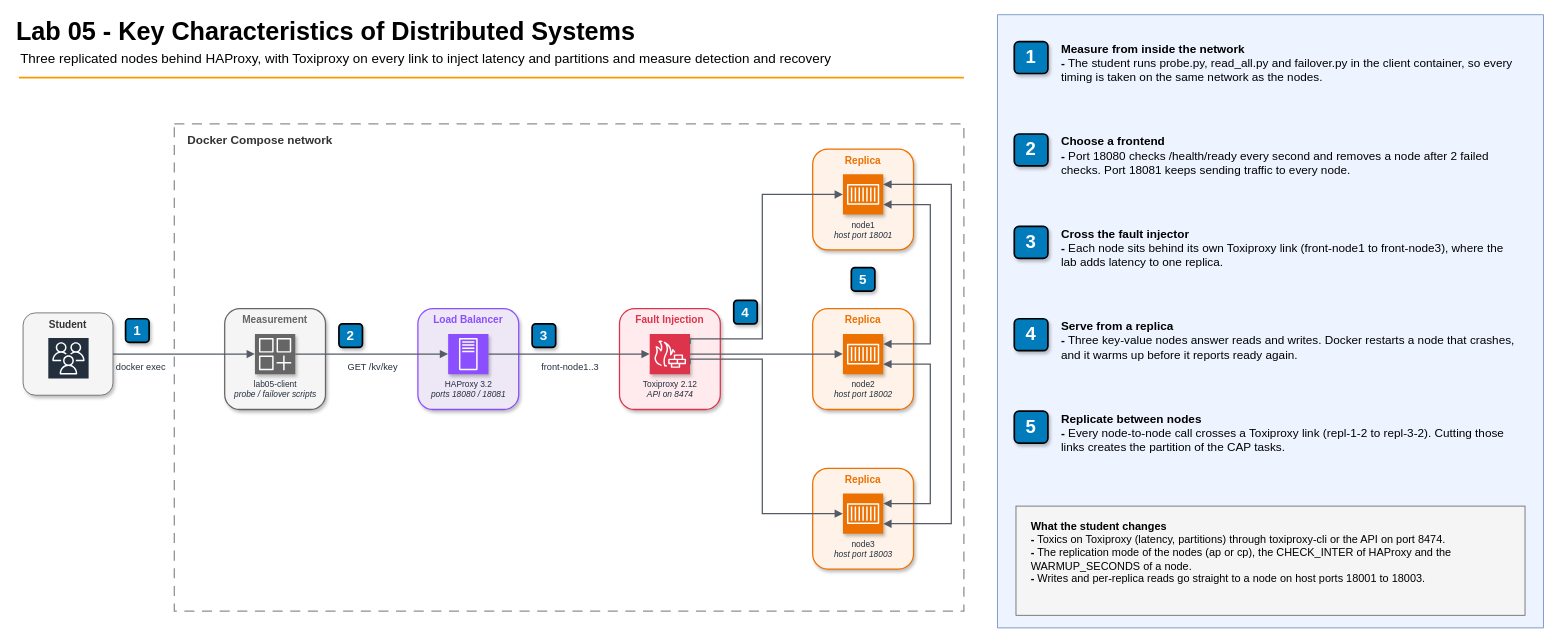
Above: 05-distributed-systems-high-availability/diagrams/lab05-architecture.drawio in gamaware/system-design-course (draw.io), before the change. Source tidied: cells renumbered, new cells numbered last; positions are measured from the earlier drawing's top-left corner, leaving out a move shared by most shapes. Both pictures are drawn from the tidied source at 84%, with x=0, y=0 at pixel (14, 14). Pictures stored in the file or linked from it are replaced by grey dashed boxes.
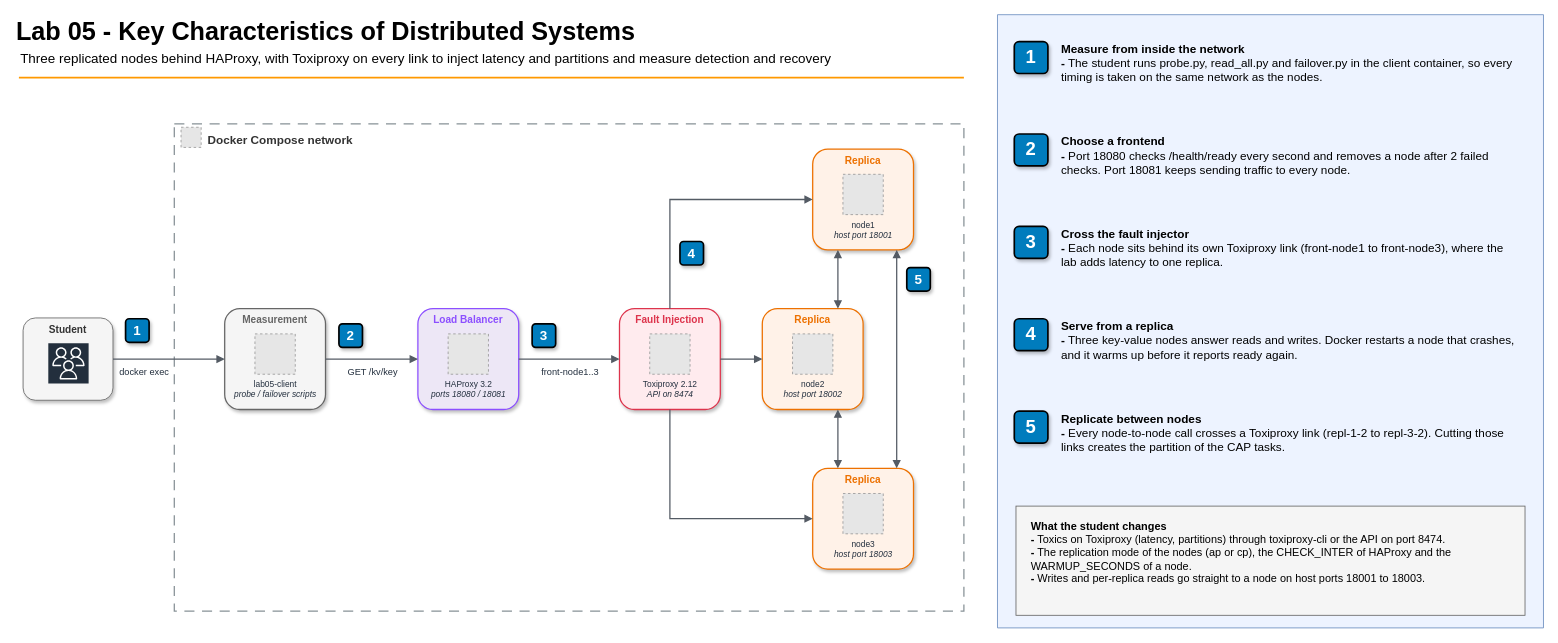
The same diagram, later.

The change refers to these unchanged cells:
```xml
<mxCell id="9" value="Measurement" style="rounded=1;html=1;whiteSpace=wrap;fillColor=#F5F5F5;strokeColor=#666666;verticalAlign=top;align=center;fontStyle=1;fontSize=12;fontColor=#666666;shadow=1;strokeWidth=1.5;fontFamily=Helvetica;" parent="1" vertex="1">
  <mxGeometry x="250" y="350" width="120" height="120" as="geometry" />
</mxCell>
<mxCell id="11" value="Load Balancer" style="rounded=1;html=1;whiteSpace=wrap;fillColor=#EDE7F6;strokeColor=#8C4FFF;verticalAlign=top;align=center;fontStyle=1;fontSize=12;fontColor=#8C4FFF;shadow=1;strokeWidth=1.5;fontFamily=Helvetica;" parent="1" vertex="1">
  <mxGeometry x="480" y="350" width="120" height="120" as="geometry" />
</mxCell>
<mxCell id="13" value="Fault Injection" style="rounded=1;html=1;whiteSpace=wrap;fillColor=#FFEBEE;strokeColor=#DD344C;verticalAlign=top;align=center;fontStyle=1;fontSize=12;fontColor=#DD344C;shadow=1;strokeWidth=1.5;fontFamily=Helvetica;" parent="1" vertex="1">
  <mxGeometry x="720" y="350" width="120" height="120" as="geometry" />
</mxCell>
<mxCell id="15" value="Replica" style="rounded=1;html=1;whiteSpace=wrap;fillColor=#FFF2E8;strokeColor=#ED7100;verticalAlign=top;align=center;fontStyle=1;fontSize=12;fontColor=#ED7100;shadow=1;strokeWidth=1.5;fontFamily=Helvetica;" parent="1" vertex="1">
  <mxGeometry x="950" y="160" width="120" height="120" as="geometry" />
</mxCell>
<mxCell id="19" value="Replica" style="rounded=1;html=1;whiteSpace=wrap;fillColor=#FFF2E8;strokeColor=#ED7100;verticalAlign=top;align=center;fontStyle=1;fontSize=12;fontColor=#ED7100;shadow=1;strokeWidth=1.5;fontFamily=Helvetica;" parent="1" vertex="1">
  <mxGeometry x="950" y="540" width="120" height="120" as="geometry" />
</mxCell>
```

Diff of the diagram source:
```diff
@@
-    <mxCell id="6" value="Docker Compose network" style="rounded=0;html=1;whiteSpace=wrap;fillColor=none;strokeColor=#879196;dashed=1;dashPattern=8 6;strokeWidth=1.5;verticalAlign=top;align=left;spacingLeft=14;spacingTop=4;fontSize=14;fontStyle=1;fontColor=light-dark(#333333,#FAFAFA);fontFamily=Helvetica;" parent="1" vertex="1">
+    <mxCell id="6" value="Docker Compose network" style="rounded=0;html=1;whiteSpace=wrap;fillColor=none;strokeColor=#879196;dashed=1;dashPattern=8 6;strokeWidth=1.5;verticalAlign=top;align=left;spacingTop=4;fontSize=14;fontStyle=1;fontColor=light-dark(#333333,#FAFAFA);fontFamily=Helvetica;spacingLeft=38;" parent="1" vertex="1">
       <mxGeometry x="190" y="130" width="940" height="580" as="geometry" />
     </mxCell>
+    <mxCell id="51" style="fillColor=#E6E6E6;strokeColor=#999999;dashed=1;html=1;" parent="1" vertex="1">
+      <mxGeometry x="198" y="134" width="24" height="24" as="geometry" />
+    </mxCell>
     <mxCell id="7" value="Student" style="rounded=1;html=1;whiteSpace=wrap;fillColor=#f5f5f5;strokeColor=light-dark(#666666,#D4D4D4);verticalAlign=top;align=center;fontStyle=1;fontSize=12;fontColor=#333333;shadow=1;strokeWidth=1;fontFamily=Helvetica;" parent="1" vertex="1">
-      <mxGeometry x="10" y="355" width="107" height="98" as="geometry" />
+      <mxGeometry x="10" y="361" width="107" height="98" as="geometry" />
     </mxCell>
@@
-    <mxCell id="10" value="lab05-client&lt;div&gt;&lt;i&gt;probe / failover scripts&lt;/i&gt;&lt;/div&gt;" style="sketch=0;points=[[0,0,0],[0.25,0,0],[0.5,0,0],[0.75,0,0],[1,0,0],[0,1,0],[0.25,1,0],[0.5,1,0],[0.75,1,0],[1,1,0],[0,0.25,0],[0,0.5,0],[0,0.75,0],[1,0.25,0],[1,0.5,0],[1,0.75,0]];outlineConnect=0;fontColor=#232F3E;fillColor=#666666;strokeColor=#ffffff;dashed=0;verticalLabelPosition=bottom;verticalAlign=top;align=center;html=1;fontSize=10;fontStyle=0;shape=mxgraph.aws4.resourceIcon;resIcon=mxgraph.aws4.generic_application;shadow=1;fontFamily=Helvetica;" parent="9" vertex="1">
+    <mxCell id="10" value="lab05-client&lt;div&gt;&lt;i&gt;probe / failover scripts&lt;/i&gt;&lt;/div&gt;" style="fillColor=#E6E6E6;strokeColor=#999999;dashed=1;verticalLabelPosition=bottom;verticalAlign=top;align=center;html=1;labelBackgroundColor=none;fontSize=10;fontColor=#232F3E;fontFamily=Helvetica;" parent="9" vertex="1">
       <mxGeometry x="36" y="30" width="48" height="48" as="geometry" />
     </mxCell>
@@
-    <mxCell id="12" value="HAProxy 3.2&lt;div&gt;&lt;i&gt;ports 18080 / 18081&lt;/i&gt;&lt;/div&gt;" style="sketch=0;points=[[0,0,0],[0.25,0,0],[0.5,0,0],[0.75,0,0],[1,0,0],[0,1,0],[0.25,1,0],[0.5,1,0],[0.75,1,0],[1,1,0],[0,0.25,0],[0,0.5,0],[0,0.75,0],[1,0.25,0],[1,0.5,0],[1,0.75,0]];outlineConnect=0;fontColor=#232F3E;fillColor=#8C4FFF;strokeColor=#ffffff;dashed=0;verticalLabelPosition=bottom;verticalAlign=top;align=center;html=1;fontSize=10;fontStyle=0;shape=mxgraph.aws4.resourceIcon;resIcon=mxgraph.aws4.traditional_server;shadow=1;fontFamily=Helvetica;" parent="11" vertex="1">
+    <mxCell id="12" value="HAProxy 3.2&lt;div&gt;&lt;i&gt;ports 18080 / 18081&lt;/i&gt;&lt;/div&gt;" style="fillColor=#E6E6E6;strokeColor=#999999;dashed=1;verticalLabelPosition=bottom;verticalAlign=top;align=center;html=1;labelBackgroundColor=none;fontSize=10;fontColor=#232F3E;fontFamily=Helvetica;" parent="11" vertex="1">
       <mxGeometry x="36" y="30" width="48" height="48" as="geometry" />
     </mxCell>
@@
-    <mxCell id="14" value="Toxiproxy 2.12&lt;div&gt;&lt;i&gt;API on 8474&lt;/i&gt;&lt;/div&gt;" style="sketch=0;points=[[0,0,0],[0.25,0,0],[0.5,0,0],[0.75,0,0],[1,0,0],[0,1,0],[0.25,1,0],[0.5,1,0],[0.75,1,0],[1,1,0],[0,0.25,0],[0,0.5,0],[0,0.75,0],[1,0.25,0],[1,0.5,0],[1,0.75,0]];outlineConnect=0;fontColor=#232F3E;fillColor=#DD344C;strokeColor=#ffffff;dashed=0;verticalLabelPosition=bottom;verticalAlign=top;align=center;html=1;fontSize=10;fontStyle=0;shape=mxgraph.aws4.resourceIcon;resIcon=mxgraph.aws4.generic_firewall;shadow=1;fontFamily=Helvetica;" parent="13" vertex="1">
+    <mxCell id="14" value="Toxiproxy 2.12&lt;div&gt;&lt;i&gt;API on 8474&lt;/i&gt;&lt;/div&gt;" style="fillColor=#E6E6E6;strokeColor=#999999;dashed=1;verticalLabelPosition=bottom;verticalAlign=top;align=center;html=1;labelBackgroundColor=none;fontSize=10;fontColor=#232F3E;fontFamily=Helvetica;" parent="13" vertex="1">
       <mxGeometry x="36" y="30" width="48" height="48" as="geometry" />
     </mxCell>
@@
-    <mxCell id="16" value="node1&lt;div&gt;&lt;i&gt;host port 18001&lt;/i&gt;&lt;/div&gt;" style="sketch=0;points=[[0,0,0],[0.25,0,0],[0.5,0,0],[0.75,0,0],[1,0,0],[0,1,0],[0.25,1,0],[0.5,1,0],[0.75,1,0],[1,1,0],[0,0.25,0],[0,0.5,0],[0,0.75,0],[1,0.25,0],[1,0.5,0],[1,0.75,0]];outlineConnect=0;fontColor=#232F3E;fillColor=#ED7100;strokeColor=#ffffff;dashed=0;verticalLabelPosition=bottom;verticalAlign=top;align=center;html=1;fontSize=10;fontStyle=0;shape=mxgraph.aws4.resourceIcon;resIcon=mxgraph.aws4.container_1;shadow=1;fontFamily=Helvetica;" parent="15" vertex="1">
+    <mxCell id="16" value="node1&lt;div&gt;&lt;i&gt;host port 18001&lt;/i&gt;&lt;/div&gt;" style="fillColor=#E6E6E6;strokeColor=#999999;dashed=1;verticalLabelPosition=bottom;verticalAlign=top;align=center;html=1;labelBackgroundColor=none;fontSize=10;fontColor=#232F3E;fontFamily=Helvetica;" parent="15" vertex="1">
       <mxGeometry x="36" y="30" width="48" height="48" as="geometry" />
     </mxCell>
     <mxCell id="17" value="Replica" style="rounded=1;html=1;whiteSpace=wrap;fillColor=#FFF2E8;strokeColor=#ED7100;verticalAlign=top;align=center;fontStyle=1;fontSize=12;fontColor=#ED7100;shadow=1;strokeWidth=1.5;fontFamily=Helvetica;" parent="1" vertex="1">
-      <mxGeometry x="950" y="350" width="120" height="120" as="geometry" />
+      <mxGeometry x="890" y="350" width="120" height="120" as="geometry" />
     </mxCell>
-    <mxCell id="18" value="node2&lt;div&gt;&lt;i&gt;host port 18002&lt;/i&gt;&lt;/div&gt;" style="sketch=0;points=[[0,0,0],[0.25,0,0],[0.5,0,0],[0.75,0,0],[1,0,0],[0,1,0],[0.25,1,0],[0.5,1,0],[0.75,1,0],[1,1,0],[0,0.25,0],[0,0.5,0],[0,0.75,0],[1,0.25,0],[1,0.5,0],[1,0.75,0]];outlineConnect=0;fontColor=#232F3E;fillColor=#ED7100;strokeColor=#ffffff;dashed=0;verticalLabelPosition=bottom;verticalAlign=top;align=center;html=1;fontSize=10;fontStyle=0;shape=mxgraph.aws4.resourceIcon;resIcon=mxgraph.aws4.container_1;shadow=1;fontFamily=Helvetica;" parent="17" vertex="1">
+    <mxCell id="18" value="node2&lt;div&gt;&lt;i&gt;host port 18002&lt;/i&gt;&lt;/div&gt;" style="fillColor=#E6E6E6;strokeColor=#999999;dashed=1;verticalLabelPosition=bottom;verticalAlign=top;align=center;html=1;labelBackgroundColor=none;fontSize=10;fontColor=#232F3E;fontFamily=Helvetica;" parent="17" vertex="1">
       <mxGeometry x="36" y="30" width="48" height="48" as="geometry" />
     </mxCell>
@@
-    <mxCell id="20" value="node3&lt;div&gt;&lt;i&gt;host port 18003&lt;/i&gt;&lt;/div&gt;" style="sketch=0;points=[[0,0,0],[0.25,0,0],[0.5,0,0],[0.75,0,0],[1,0,0],[0,1,0],[0.25,1,0],[0.5,1,0],[0.75,1,0],[1,1,0],[0,0.25,0],[0,0.5,0],[0,0.75,0],[1,0.25,0],[1,0.5,0],[1,0.75,0]];outlineConnect=0;fontColor=#232F3E;fillColor=#ED7100;strokeColor=#ffffff;dashed=0;verticalLabelPosition=bottom;verticalAlign=top;align=center;html=1;fontSize=10;fontStyle=0;shape=mxgraph.aws4.resourceIcon;resIcon=mxgraph.aws4.container_1;shadow=1;fontFamily=Helvetica;" parent="19" vertex="1">
+    <mxCell id="20" value="node3&lt;div&gt;&lt;i&gt;host port 18003&lt;/i&gt;&lt;/div&gt;" style="fillColor=#E6E6E6;strokeColor=#999999;dashed=1;verticalLabelPosition=bottom;verticalAlign=top;align=center;html=1;labelBackgroundColor=none;fontSize=10;fontColor=#232F3E;fontFamily=Helvetica;" parent="19" vertex="1">
       <mxGeometry x="36" y="30" width="48" height="48" as="geometry" />
     </mxCell>
-    <mxCell id="21" style="edgeStyle=orthogonalEdgeStyle;html=1;rounded=0;jettySize=auto;endArrow=block;endFill=1;strokeColor=#545B64;strokeWidth=1.5;fontFamily=Helvetica;exitX=1;exitY=0.5;exitDx=0;exitDy=0;entryX=0;entryY=0.5;entryDx=0;entryDy=0;" parent="1" edge="1" source="7" target="10">
+    <mxCell id="21" style="edgeStyle=orthogonalEdgeStyle;rounded=0;jettySize=auto;html=1;strokeColor=#545B64;strokeWidth=1.5;endArrow=block;endFill=1;fontFamily=Helvetica;fontSize=11;jumpStyle=arc;jumpSize=10;labelBackgroundColor=default;exitX=1;exitY=0.5;exitDx=0;exitDy=0;entryX=0;entryY=0.5;entryDx=0;entryDy=0;" parent="1" edge="1" source="7" target="9">
       <mxGeometry relative="1" as="geometry" />
     </mxCell>
-    <mxCell id="22" value="docker exec" style="edgeLabel;html=1;align=center;verticalAlign=middle;labelBackgroundColor=none;fontSize=11;fontColor=light-dark(#232F3E,#F5F5F5);fontFamily=Helvetica;" parent="21" vertex="1">
-      <mxGeometry x="-0.62" y="-14" relative="1" as="geometry" />
+    <mxCell id="22" value="docker exec" style="edgeLabel;html=1;align=center;verticalAlign=middle;fontSize=11;fontColor=light-dark(#232F3E,#F5F5F5);fontFamily=Helvetica;labelBackgroundColor=default;" parent="21" vertex="1">
+      <mxGeometry x="-0.46" y="-14" relative="1" as="geometry" />
     </mxCell>
-    <mxCell id="23" style="edgeStyle=orthogonalEdgeStyle;html=1;rounded=0;jettySize=auto;endArrow=block;endFill=1;strokeColor=#545B64;strokeWidth=1.5;fontFamily=Helvetica;exitX=1;exitY=0.5;exitDx=0;exitDy=0;entryX=0;entryY=0.5;entryDx=0;entryDy=0;" parent="1" edge="1" source="10" target="12">
+    <mxCell id="23" style="edgeStyle=orthogonalEdgeStyle;rounded=0;jettySize=auto;html=1;strokeColor=#545B64;strokeWidth=1.5;endArrow=block;endFill=1;fontFamily=Helvetica;fontSize=11;jumpStyle=arc;jumpSize=10;labelBackgroundColor=default;exitX=1;exitY=0.5;exitDx=0;exitDy=0;entryX=0;entryY=0.5;entryDx=0;entryDy=0;" parent="1" edge="1" source="9" target="11">
       <mxGeometry relative="1" as="geometry" />
     </mxCell>
-    <mxCell id="24" value="GET /kv/key" style="edgeLabel;html=1;align=center;verticalAlign=middle;labelBackgroundColor=none;fontSize=11;fontColor=light-dark(#232F3E,#F5F5F5);fontFamily=Helvetica;" parent="23" vertex="1">
+    <mxCell id="24" value="GET /kv/key" style="edgeLabel;html=1;align=center;verticalAlign=middle;fontSize=11;fontColor=light-dark(#232F3E,#F5F5F5);fontFamily=Helvetica;labelBackgroundColor=default;" parent="23" vertex="1">
       <mxGeometry y="-14" relative="1" as="geometry" />
     </mxCell>
-    <mxCell id="25" style="edgeStyle=orthogonalEdgeStyle;html=1;rounded=0;jettySize=auto;endArrow=block;endFill=1;strokeColor=#545B64;strokeWidth=1.5;fontFamily=Helvetica;exitX=1;exitY=0.5;exitDx=0;exitDy=0;entryX=0;entryY=0.5;entryDx=0;entryDy=0;" parent="1" edge="1" source="12" target="14">
+    <mxCell id="25" style="edgeStyle=orthogonalEdgeStyle;rounded=0;jettySize=auto;html=1;strokeColor=#545B64;strokeWidth=1.5;endArrow=block;endFill=1;fontFamily=Helvetica;fontSize=11;jumpStyle=arc;jumpSize=10;labelBackgroundColor=default;exitX=1;exitY=0.5;exitDx=0;exitDy=0;entryX=0;entryY=0.5;entryDx=0;entryDy=0;" parent="1" edge="1" source="11" target="13">
       <mxGeometry relative="1" as="geometry" />
     </mxCell>
-    <mxCell id="26" value="front-node1..3" style="edgeLabel;html=1;align=center;verticalAlign=middle;labelBackgroundColor=none;fontSize=11;fontColor=light-dark(#232F3E,#F5F5F5);fontFamily=Helvetica;" parent="25" vertex="1">
+    <mxCell id="26" value="front-node1..3" style="edgeLabel;html=1;align=center;verticalAlign=middle;fontSize=11;fontColor=light-dark(#232F3E,#F5F5F5);fontFamily=Helvetica;labelBackgroundColor=default;" parent="25" vertex="1">
       <mxGeometry y="-14" relative="1" as="geometry" />
     </mxCell>
-    <mxCell id="27" style="edgeStyle=orthogonalEdgeStyle;html=1;rounded=0;jettySize=auto;endArrow=block;endFill=1;strokeColor=#545B64;strokeWidth=1.5;fontFamily=Helvetica;exitX=1;exitY=0.25;exitDx=0;exitDy=0;entryX=0;entryY=0.5;entryDx=0;entryDy=0;" parent="1" edge="1" source="14" target="16">
-      <mxGeometry relative="1" as="geometry">
-        <Array as="points">
-          <mxPoint x="890" y="386" />
-          <mxPoint x="890" y="214" />
-        </Array>
-      </mxGeometry>
+    <mxCell id="27" style="edgeStyle=orthogonalEdgeStyle;rounded=0;jettySize=auto;html=1;strokeColor=#545B64;strokeWidth=1.5;endArrow=block;endFill=1;fontFamily=Helvetica;fontSize=11;jumpStyle=arc;jumpSize=10;labelBackgroundColor=default;exitX=0.5;exitY=0;exitDx=0;exitDy=0;entryX=0;entryY=0.5;entryDx=0;entryDy=0;" parent="1" edge="1" source="13" target="15">
+      <mxGeometry relative="1" as="geometry" />
     </mxCell>
-    <mxCell id="28" style="edgeStyle=orthogonalEdgeStyle;html=1;rounded=0;jettySize=auto;endArrow=block;endFill=1;strokeColor=#545B64;strokeWidth=1.5;fontFamily=Helvetica;exitX=1;exitY=0.5;exitDx=0;exitDy=0;entryX=0;entryY=0.5;entryDx=0;entryDy=0;" parent="1" edge="1" source="14" target="18">
+    <mxCell id="28" style="edgeStyle=orthogonalEdgeStyle;rounded=0;jettySize=auto;html=1;strokeColor=#545B64;strokeWidth=1.5;endArrow=block;endFill=1;fontFamily=Helvetica;fontSize=11;jumpStyle=arc;jumpSize=10;labelBackgroundColor=default;exitX=1;exitY=0.5;exitDx=0;exitDy=0;entryX=0;entryY=0.5;entryDx=0;entryDy=0;" parent="1" edge="1" source="13" target="17">
       <mxGeometry relative="1" as="geometry" />
     </mxCell>
-    <mxCell id="29" style="edgeStyle=orthogonalEdgeStyle;html=1;rounded=0;jettySize=auto;endArrow=block;endFill=1;strokeColor=#545B64;strokeWidth=1.5;fontFamily=Helvetica;exitX=1;exitY=0.75;exitDx=0;exitDy=0;entryX=0;entryY=0.5;entryDx=0;entryDy=0;" parent="1" edge="1" source="14" target="20">
-      <mxGeometry relative="1" as="geometry">
-        <Array as="points">
-          <mxPoint x="890" y="410" />
-          <mxPoint x="890" y="594" />
-        </Array>
-      </mxGeometry>
+    <mxCell id="29" style="edgeStyle=orthogonalEdgeStyle;rounded=0;jettySize=auto;html=1;strokeColor=#545B64;strokeWidth=1.5;endArrow=block;endFill=1;fontFamily=Helvetica;fontSize=11;jumpStyle=arc;jumpSize=10;labelBackgroundColor=default;exitX=0.5;exitY=1;exitDx=0;exitDy=0;entryX=0;entryY=0.5;entryDx=0;entryDy=0;" parent="1" edge="1" source="13" target="19">
+      <mxGeometry relative="1" as="geometry" />
     </mxCell>
-    <mxCell id="30" style="edgeStyle=orthogonalEdgeStyle;html=1;rounded=0;jettySize=auto;endArrow=block;endFill=1;strokeColor=#545B64;strokeWidth=1.5;fontFamily=Helvetica;startArrow=block;startFill=1;exitX=1;exitY=0.75;exitDx=0;exitDy=0;entryX=1;entryY=0.25;entryDx=0;entryDy=0;" parent="1" edge="1" source="16" target="18">
-      <mxGeometry relative="1" as="geometry">
-        <Array as="points">
-          <mxPoint x="1090" y="226" />
-          <mxPoint x="1090" y="392" />
-        </Array>
-      </mxGeometry>
+    <mxCell id="30" style="edgeStyle=orthogonalEdgeStyle;rounded=0;jettySize=auto;html=1;strokeColor=#545B64;strokeWidth=1.5;endArrow=block;endFill=1;startArrow=block;startFill=1;fontFamily=Helvetica;fontSize=11;jumpStyle=arc;jumpSize=10;labelBackgroundColor=default;exitX=0.25;exitY=1;exitDx=0;exitDy=0;entryX=0.75;entryY=0;entryDx=0;entryDy=0;" parent="1" edge="1" source="15" target="17">
+      <mxGeometry relative="1" as="geometry" />
     </mxCell>
-    <mxCell id="31" style="edgeStyle=orthogonalEdgeStyle;html=1;rounded=0;jettySize=auto;endArrow=block;endFill=1;strokeColor=#545B64;strokeWidth=1.5;fontFamily=Helvetica;startArrow=block;startFill=1;exitX=1;exitY=0.75;exitDx=0;exitDy=0;entryX=1;entryY=0.25;entryDx=0;entryDy=0;" parent="1" edge="1" source="18" target="20">
-      <mxGeometry relative="1" as="geometry">
-        <Array as="points">
-          <mxPoint x="1090" y="416" />
-          <mxPoint x="1090" y="582" />
-        </Array>
-      </mxGeometry>
+    <mxCell id="31" style="edgeStyle=orthogonalEdgeStyle;rounded=0;jettySize=auto;html=1;strokeColor=#545B64;strokeWidth=1.5;endArrow=block;endFill=1;startArrow=block;startFill=1;fontFamily=Helvetica;fontSize=11;jumpStyle=arc;jumpSize=10;labelBackgroundColor=default;exitX=0.75;exitY=1;exitDx=0;exitDy=0;entryX=0.25;entryY=0;entryDx=0;entryDy=0;" parent="1" edge="1" source="17" target="19">
+      <mxGeometry relative="1" as="geometry" />
     </mxCell>
-    <mxCell id="32" style="edgeStyle=orthogonalEdgeStyle;html=1;rounded=0;jettySize=auto;endArrow=block;endFill=1;strokeColor=#545B64;strokeWidth=1.5;fontFamily=Helvetica;startArrow=block;startFill=1;exitX=1;exitY=0.25;exitDx=0;exitDy=0;entryX=1;entryY=0.75;entryDx=0;entryDy=0;" parent="1" edge="1" source="16" target="20">
-      <mxGeometry relative="1" as="geometry">
-        <Array as="points">
-          <mxPoint x="1115" y="202" />
-          <mxPoint x="1115" y="606" />
-        </Array>
-      </mxGeometry>
+    <mxCell id="32" style="edgeStyle=orthogonalEdgeStyle;rounded=0;jettySize=auto;html=1;strokeColor=#545B64;strokeWidth=1.5;endArrow=block;endFill=1;startArrow=block;startFill=1;fontFamily=Helvetica;fontSize=11;jumpStyle=arc;jumpSize=10;labelBackgroundColor=default;exitX=0.8333333;exitY=1;exitDx=0;exitDy=0;entryX=0.8333333;entryY=0;entryDx=0;entryDy=0;" parent="1" edge="1" source="15" target="19">
+      <mxGeometry relative="1" as="geometry" />
     </mxCell>
@@
     <mxCell id="36" value="4" style="rounded=1;whiteSpace=wrap;html=1;fillColor=#007CBD;strokeColor=default;fontColor=#FFFFFF;fontStyle=1;fontSize=16;shadow=1;glass=0;strokeWidth=2;align=center;verticalAlign=middle;labelBackgroundColor=none;fontFamily=Helvetica;" parent="1" vertex="1">
-      <mxGeometry x="856" y="340" width="28" height="28" as="geometry" />
+      <mxGeometry x="792" y="270" width="28" height="28" as="geometry" />
     </mxCell>
     <mxCell id="37" value="5" style="rounded=1;whiteSpace=wrap;html=1;fillColor=#007CBD;strokeColor=default;fontColor=#FFFFFF;fontStyle=1;fontSize=16;shadow=1;glass=0;strokeWidth=2;align=center;verticalAlign=middle;labelBackgroundColor=none;fontFamily=Helvetica;" parent="1" vertex="1">
-      <mxGeometry x="996" y="301" width="28" height="28" as="geometry" />
+      <mxGeometry x="1062" y="301" width="28" height="28" as="geometry" />
     </mxCell>
```
